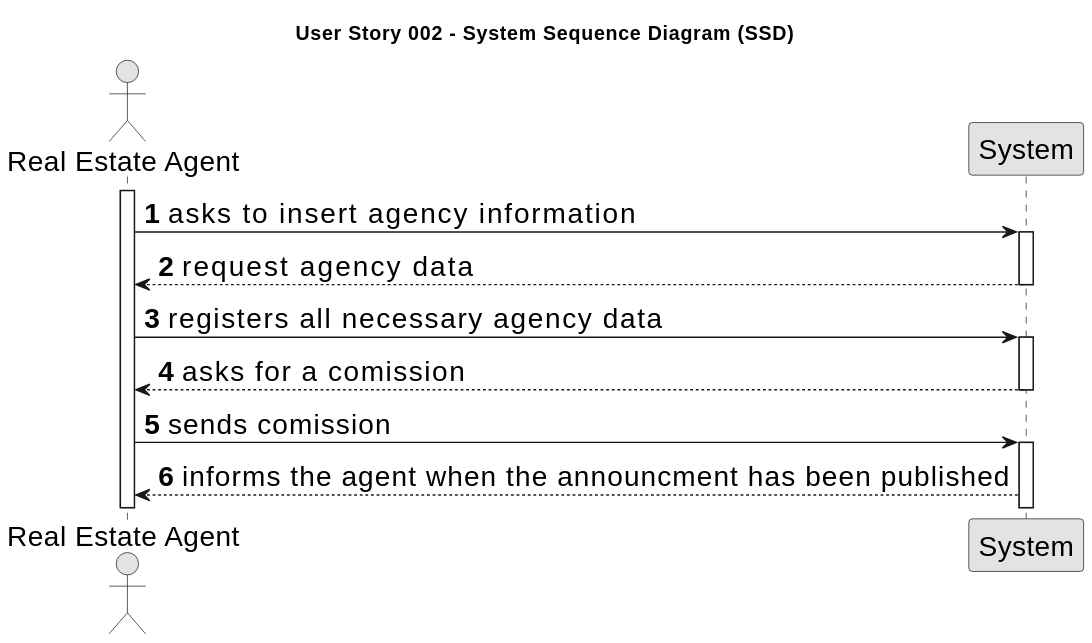
This is docs/Sprint-B/US002/01.requirements-engineering/svg/us002-system-sequence-diagram-alternative-one.svg from Rodrick0209/ISEP-LAPR2-22-23, a PlantUML export, as it was before one commit. The source it was exported from:
```plantuml
@startuml
skinparamlocked defaultFontSize 20
skinparam monochrome true
skinparam packageStyle rectangle
skinparam shadowing false

title User Story 002 - System Sequence Diagram (SSD)


autonumber



actor "Real Estate Agent" as Agent
participant "System" as System



activate Agent

Agent -> System :asks to insert property information

activate System

    System --> Agent: request property data
    deactivate System


    Agent -> System :registers  all necessary property data

    activate System

    System--> Agent:asks for a  comission
     deactivate System
   Agent-> System:sends comission

   activate System
System --> Agent : informs the agent when the announcment has been published
@enduml
```
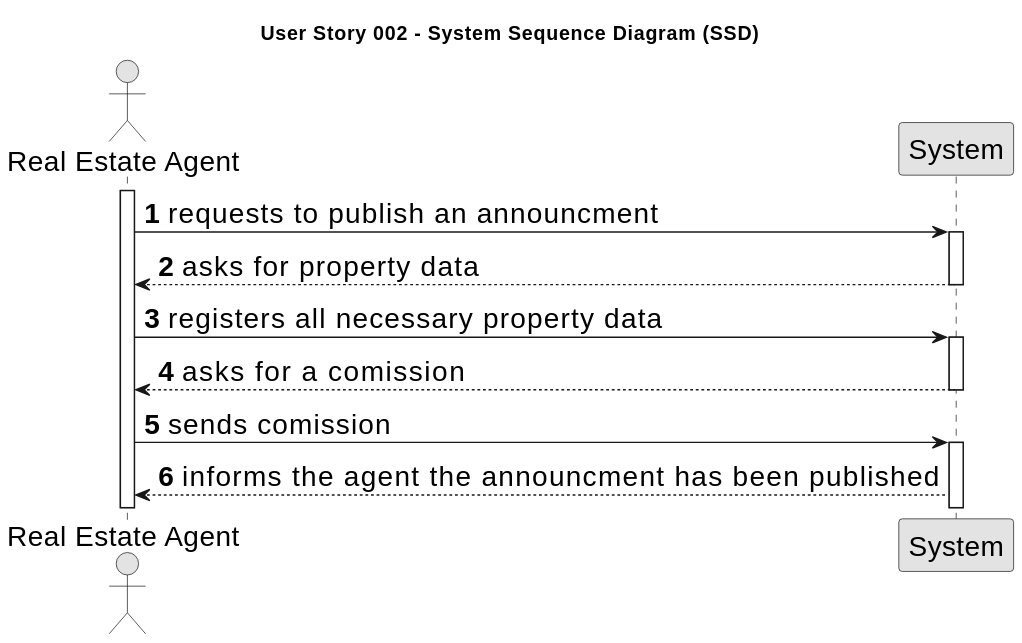
Later version of the same file.

Change to the diagram source:
```diff
@@ -18,11 +18,11 @@
 
 activate Agent
 
-Agent -> System :asks to insert property information
+Agent -> System : requests to publish an announcment
 
 activate System
 
-    System --> Agent: request property data
+    System --> Agent: asks for property data
     deactivate System
 
 
@@ -35,5 +35,5 @@
    Agent-> System:sends comission
 
    activate System
-System --> Agent : informs the agent when the announcment has been published
+System --> Agent : informs the agent the announcment  has been published
 @enduml
```
